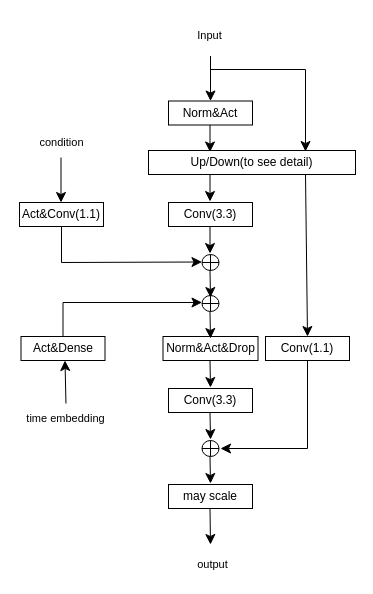
This is ResNetBlockBigGAN.drawio from chenjiahes/small_module, a draw.io file, before an edit. Source tidied: cells renumbered, new cells numbered last; positions are measured from the earlier drawing's top-left corner, leaving out a move shared by most shapes. Both pictures are drawn from the tidied source at 100%, with x=0, y=0 at pixel (17, 17).
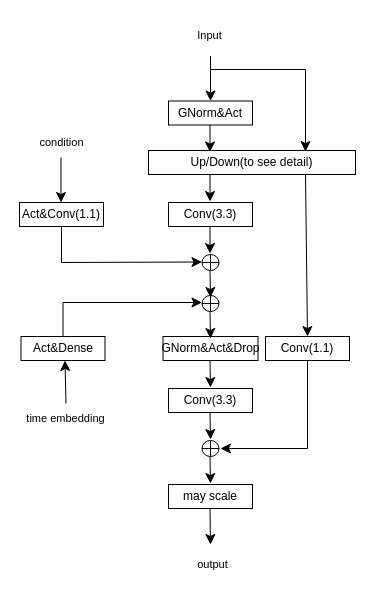
After the change.

The edit, as a diff of the source:
```diff
@@
-    <mxCell id="2" value="Norm&amp;amp;Act" style="rounded=0;whiteSpace=wrap;html=1;" parent="1" vertex="1">
+    <mxCell id="2" value="GNorm&amp;amp;Act" style="rounded=0;whiteSpace=wrap;html=1;" parent="1" vertex="1">
       <mxGeometry x="151" y="83.5" width="84" height="24" as="geometry" />
     </mxCell>
@@
-    <mxCell id="22" value="Norm&amp;amp;Act&amp;amp;Drop" style="rounded=0;whiteSpace=wrap;html=1;" parent="1" vertex="1">
+    <mxCell id="22" value="GNorm&amp;amp;Act&amp;amp;Drop" style="rounded=0;whiteSpace=wrap;html=1;" parent="1" vertex="1">
       <mxGeometry x="145.5" y="319" width="95" height="24" as="geometry" />
     </mxCell>
```
